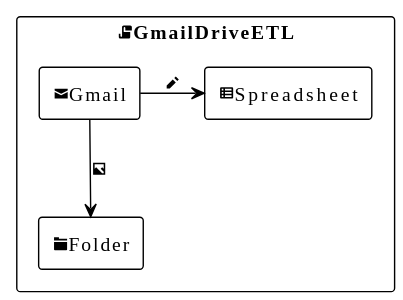
Above: overall.svg in wtnabe/gas-gmail-drive-etl (PlantUML), before the change. Source of this version:
```plantuml
@startuml
!theme plain

rectangle <&script>GmailDriveETL as script {
  rectangle <&envelope-closed>Gmail as gmail {
  }
  rectangle <&spreadsheet>Spreadsheet as spreadsheet {
  }
  rectangle <&folder>Folder as folder {
  }
}

gmail -> spreadsheet : <&pencil>
gmail --> folder : <&image>
@enduml
```
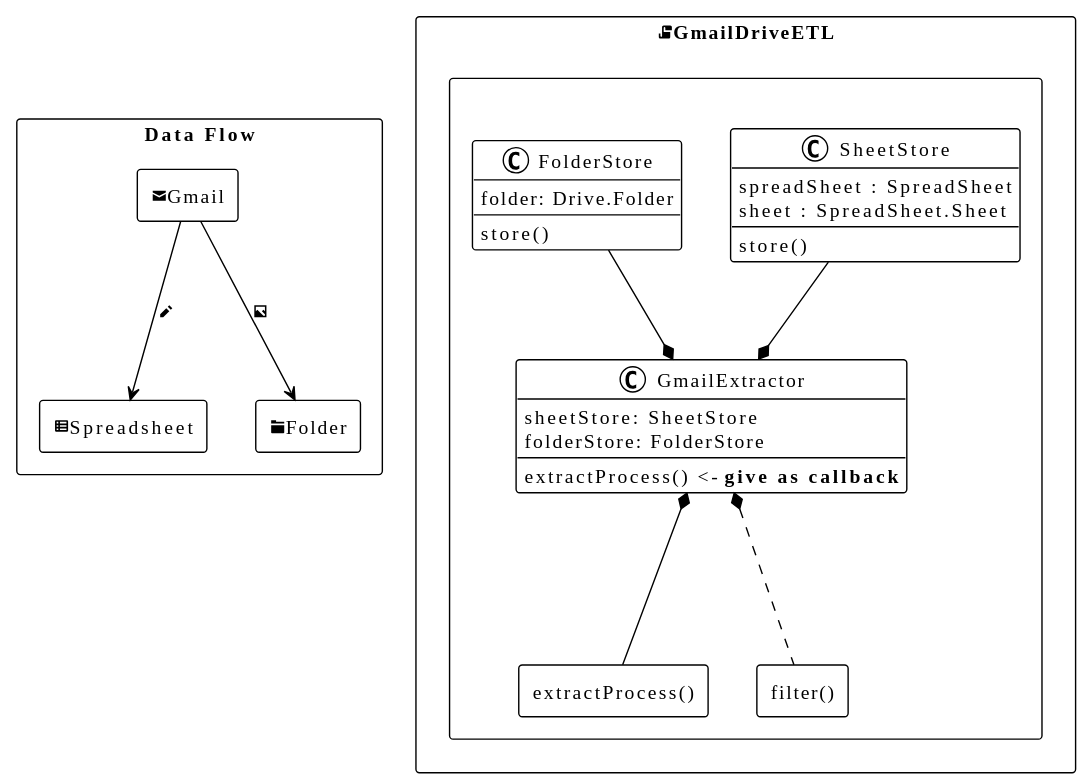
Above is the later version.

Commit message:
docs: add code struture diagram

The edit, as a diff of the source:
```diff
@@ -1,15 +1,44 @@
 @startuml
 !theme plain
 
-rectangle <&script>GmailDriveETL as script {
+allowmixing
+
+rectangle "Data Flow" as flow {
   rectangle <&envelope-closed>Gmail as gmail {
   }
   rectangle <&spreadsheet>Spreadsheet as spreadsheet {
   }
   rectangle <&folder>Folder as folder {
   }
+  gmail --> spreadsheet : <&pencil>
+  gmail --> folder : <&image>
 }
 
-gmail -> spreadsheet : <&pencil>
-gmail --> folder : <&image>
+rectangle <&script>GmailDriveETL as script {
+  rectangle " " as klass {
+    class GmailExtractor {
+      sheetStore: SheetStore
+      folderStore: FolderStore
+      extractProcess() <- **give as callback**
+    }
+    class SheetStore {
+      spreadSheet : SpreadSheet
+      sheet : SpreadSheet.Sheet
+      store()
+    }
+    class FolderStore {
+      folder: Drive.Folder
+      store()
+    }
+    rectangle "extractProcess()" as extractProcess {
+    }
+    rectangle "filter()" as filter {
+    }
+
+    GmailExtractor *-u- SheetStore
+    GmailExtractor *-u- FolderStore
+    GmailExtractor *--- extractProcess
+    GmailExtractor *... filter
+  }
+}
 @enduml
```
